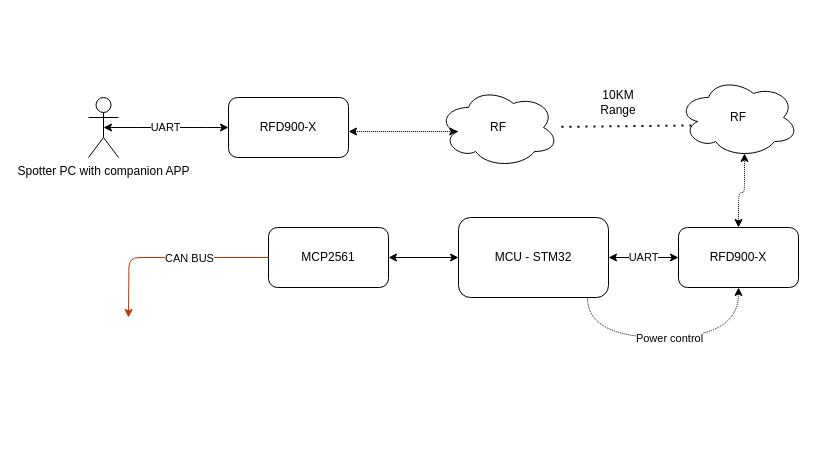
This is mockup.drawio from rcp444/CAN2RF, a draw.io file, before an edit. Source tidied: cells renumbered, new cells numbered last; positions are measured from the earlier drawing's top-left corner, leaving out a move shared by most shapes. Both pictures are drawn from the tidied source at 100%, with x=0, y=0 at pixel (88, 77).
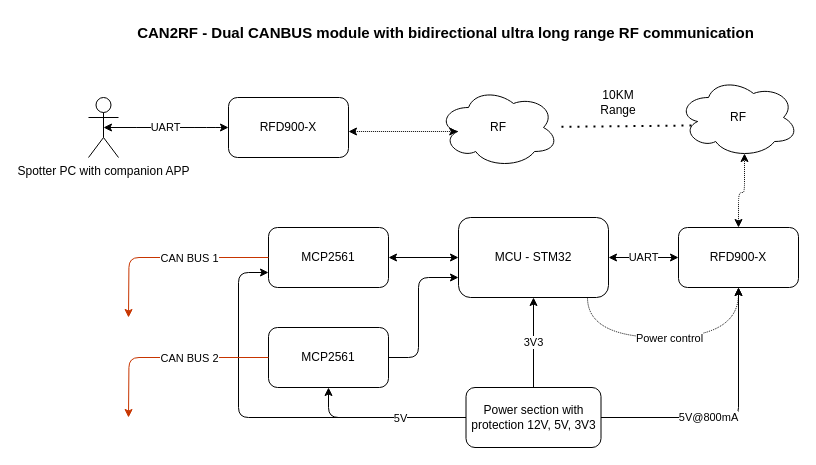
The same diagram, later.

Commit message:
Updated concept and mockup images

The change refers to these unchanged cells:
```xml
<mxCell id="3" value="MCU - STM32" style="rounded=1;whiteSpace=wrap;html=1;" parent="1" vertex="1">
  <mxGeometry x="370" y="140" width="150" height="80" as="geometry" />
</mxCell>
<mxCell id="5" value="MCP2561" style="rounded=1;whiteSpace=wrap;html=1;" parent="1" vertex="1">
  <mxGeometry x="180" y="150" width="120" height="60" as="geometry" />
</mxCell>
<mxCell id="6" style="endArrow=classic;html=1;exitX=0;exitY=0.5;exitDx=0;exitDy=0;fillColor=#fa6800;strokeColor=#C73500;edgeStyle=orthogonalEdgeStyle;" parent="1" edge="1" source="5">
  <mxGeometry relative="1" as="geometry">
    <mxPoint x="40" y="240" as="targetPoint" />
  </mxGeometry>
</mxCell>
<mxCell id="9" value="RFD900-X" style="rounded=1;whiteSpace=wrap;html=1;" parent="1" vertex="1">
  <mxGeometry x="590" y="150" width="120" height="60" as="geometry" />
</mxCell>
```

Change to the diagram source:
```diff
@@
-    <mxCell id="7" value="CAN BUS" style="edgeLabel;html=1;align=center;verticalAlign=middle;" parent="6" vertex="1">
+    <mxCell id="7" value="CAN BUS 1" style="edgeLabel;html=1;align=center;verticalAlign=middle;" parent="6" vertex="1">
       <mxGeometry relative="1" as="geometry">
         <mxPoint x="20" as="offset" />
       </mxGeometry>
     </mxCell>
@@
+    <mxCell id="20" style="edgeStyle=orthogonalEdgeStyle;html=1;" parent="1" edge="1" source="26" target="9">
+      <mxGeometry relative="1" as="geometry" />
+    </mxCell>
+    <mxCell id="21" value="5V@800mA" style="edgeLabel;html=1;align=center;verticalAlign=middle;" parent="20" vertex="1">
+      <mxGeometry x="-0.2" y="1" relative="1" as="geometry" />
+    </mxCell>
+    <mxCell id="22" value="3V3" style="edgeStyle=orthogonalEdgeStyle;html=1;entryX=0.5;entryY=1;entryDx=0;entryDy=0;" parent="1" edge="1" source="26" target="3">
+      <mxGeometry relative="1" as="geometry" />
+    </mxCell>
+    <mxCell id="23" style="edgeStyle=orthogonalEdgeStyle;html=1;entryX=0.5;entryY=1;entryDx=0;entryDy=0;" parent="1" edge="1" source="26" target="28">
+      <mxGeometry relative="1" as="geometry" />
+    </mxCell>
+    <mxCell id="24" style="edgeStyle=orthogonalEdgeStyle;html=1;entryX=0;entryY=0.75;entryDx=0;entryDy=0;" parent="1" edge="1" source="26" target="5">
+      <mxGeometry relative="1" as="geometry">
+        <Array as="points">
+          <mxPoint x="150" y="340" />
+          <mxPoint x="150" y="195" />
+        </Array>
+      </mxGeometry>
+    </mxCell>
+    <mxCell id="25" value="5V" style="edgeLabel;html=1;align=center;verticalAlign=middle;" parent="24" vertex="1">
+      <mxGeometry x="-0.67" y="3" relative="1" as="geometry">
+        <mxPoint y="-3" as="offset" />
+      </mxGeometry>
+    </mxCell>
+    <mxCell id="26" value="Power section with protection 12V, 5V, 3V3" style="rounded=1;whiteSpace=wrap;html=1;" parent="1" vertex="1">
+      <mxGeometry x="377.5" y="310" width="135" height="60" as="geometry" />
+    </mxCell>
+    <mxCell id="27" style="edgeStyle=orthogonalEdgeStyle;html=1;entryX=0;entryY=0.75;entryDx=0;entryDy=0;" parent="1" edge="1" source="28" target="3">
+      <mxGeometry relative="1" as="geometry">
+        <Array as="points">
+          <mxPoint x="330" y="280" />
+          <mxPoint x="330" y="200" />
+        </Array>
+      </mxGeometry>
+    </mxCell>
+    <mxCell id="28" value="MCP2561" style="rounded=1;whiteSpace=wrap;html=1;" parent="1" vertex="1">
+      <mxGeometry x="180" y="250" width="120" height="60" as="geometry" />
+    </mxCell>
+    <mxCell id="29" style="endArrow=classic;html=1;exitX=0;exitY=0.5;exitDx=0;exitDy=0;fillColor=#fa6800;strokeColor=#C73500;edgeStyle=orthogonalEdgeStyle;" parent="1" edge="1" source="28">
+      <mxGeometry relative="1" as="geometry">
+        <mxPoint x="40" y="340" as="targetPoint" />
+      </mxGeometry>
+    </mxCell>
+    <mxCell id="30" value="CAN BUS 2" style="edgeLabel;html=1;align=center;verticalAlign=middle;" parent="29" vertex="1">
+      <mxGeometry relative="1" as="geometry">
+        <mxPoint x="20" as="offset" />
+      </mxGeometry>
+    </mxCell>
+    <mxCell id="31" value="&lt;b style=&quot;font-size: 15px;&quot;&gt;CAN2RF - Dual CANBUS module with bidirectional ultra long range RF communication&lt;/b&gt;" style="text;html=1;strokeColor=none;fillColor=none;align=center;verticalAlign=middle;whiteSpace=wrap;rounded=0;fontSize=15;" parent="1" vertex="1">
+      <mxGeometry x="40" y="-60" width="635" height="30" as="geometry" />
+    </mxCell>
```
